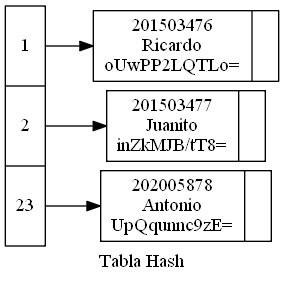
Above: EDD_Proyecto2/Reportes/Hash.png in hr9457/EDD_1S2020_PY2_201314296 (Graphviz), before the change. Its source is kept beside it as EDD_Proyecto2/ArchivosDot/Hash.dot.
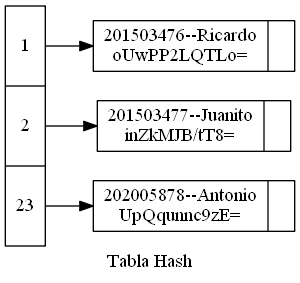
Above is the later version.

What changed in the source:
```diff
@@ -3,9 +3,9 @@
 rankdir=LR;
 node [shape=record,width=0.1,height=0.1];
 nodo0 [label = "  <f0>1| <f1>2| <f2>23 " , height=2.5];
-nodo1[label = " {201503476\nRicardo\noUwPP2LQTLo=|}"];
-nodo2[label = " {201503477\nJuanito\ninZkMJB/tT8=|}"];
-nodo3[label = " {202005878\nAntonio\nUpQqunnc9zE=|}"];
+nodo1[label = " {201503476--Ricardo\noUwPP2LQTLo=|}"];
+nodo2[label = " {201503477--Juanito\ninZkMJB/tT8=|}"];
+nodo3[label = " {202005878--Antonio\nUpQqunnc9zE=|}"];
 
 nodo0:f0->nodo1
 nodo0:f1->nodo2
```
